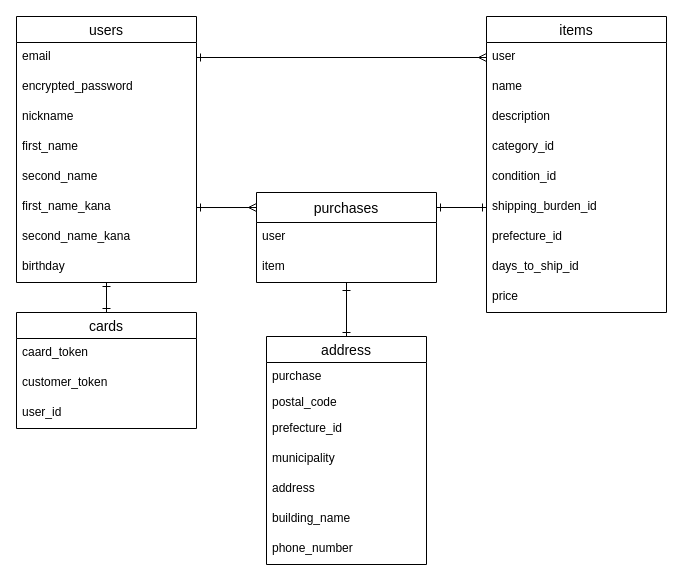
The draw.io diagram ER図.dio in toyahatariku/furima-33971, before the edit. Source tidied: cells renumbered, new cells numbered last; positions are measured from the earlier drawing's top-left corner, leaving out a move shared by most shapes. Both pictures are drawn from the tidied source at 100%, with x=0, y=0 at pixel (16, 16).
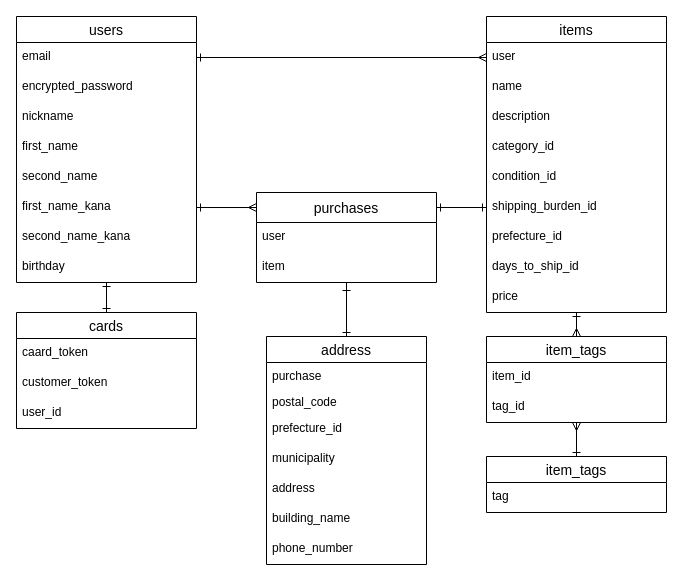
After the change.

Commit message (it also covers changes not shown here):
タグ実装によるER図とREADMEの更新

Unchanged cells that the change refers to:
```xml
<mxCell id="12" value="items" style="swimlane;fontStyle=0;horizontal=1;startSize=26;align=center;fontSize=14;" parent="1" vertex="1">
  <mxGeometry x="470" width="180" height="296" as="geometry" />
</mxCell>
```

What changed in the source:
```diff
@@
+    <mxCell id="46" style="edgeStyle=orthogonalEdgeStyle;rounded=0;jettySize=auto;html=1;endArrow=ERmany;endFill=0;" parent="1" edge="1" source="12" target="49">
+      <mxGeometry relative="1" as="geometry" />
+    </mxCell>
@@
+    <mxCell id="47" style="edgeStyle=orthogonalEdgeStyle;rounded=0;jettySize=auto;html=1;endArrow=ERone;endFill=0;" parent="1" edge="1" source="49" target="12">
+      <mxGeometry relative="1" as="geometry">
+        <Array as="points">
+          <mxPoint x="560" y="340" />
+          <mxPoint x="560" y="340" />
+        </Array>
+      </mxGeometry>
+    </mxCell>
+    <mxCell id="48" style="edgeStyle=orthogonalEdgeStyle;rounded=0;jettySize=auto;html=1;endArrow=ERone;endFill=0;" parent="1" edge="1" source="49" target="53">
+      <mxGeometry relative="1" as="geometry" />
+    </mxCell>
+    <mxCell id="49" value="item_tags" style="swimlane;fontStyle=0;horizontal=1;startSize=26;align=center;fontSize=14;" parent="1" vertex="1">
+      <mxGeometry x="470" y="320" width="180" height="86" as="geometry" />
+    </mxCell>
+    <mxCell id="50" value="item_id" style="text;strokeColor=none;fillColor=none;spacingLeft=4;spacingRight=4;overflow=hidden;fontSize=12;" parent="49" vertex="1">
+      <mxGeometry y="26" width="180" height="30" as="geometry" />
+    </mxCell>
+    <mxCell id="51" value="tag_id" style="text;strokeColor=none;fillColor=none;spacingLeft=4;spacingRight=4;overflow=hidden;fontSize=12;" parent="49" vertex="1">
+      <mxGeometry y="56" width="180" height="30" as="geometry" />
+    </mxCell>
+    <mxCell id="52" style="edgeStyle=orthogonalEdgeStyle;rounded=0;jettySize=auto;html=1;endArrow=ERmany;endFill=0;" parent="1" edge="1" source="53" target="49">
+      <mxGeometry relative="1" as="geometry">
+        <Array as="points">
+          <mxPoint x="560" y="480" />
+          <mxPoint x="560" y="480" />
+        </Array>
+      </mxGeometry>
+    </mxCell>
+    <mxCell id="53" value="item_tags" style="swimlane;fontStyle=0;horizontal=1;startSize=26;align=center;fontSize=14;" parent="1" vertex="1">
+      <mxGeometry x="470" y="440" width="180" height="56" as="geometry" />
+    </mxCell>
+    <mxCell id="54" value="tag" style="text;strokeColor=none;fillColor=none;spacingLeft=4;spacingRight=4;overflow=hidden;fontSize=12;" parent="53" vertex="1">
+      <mxGeometry y="26" width="180" height="30" as="geometry" />
+    </mxCell>
```
